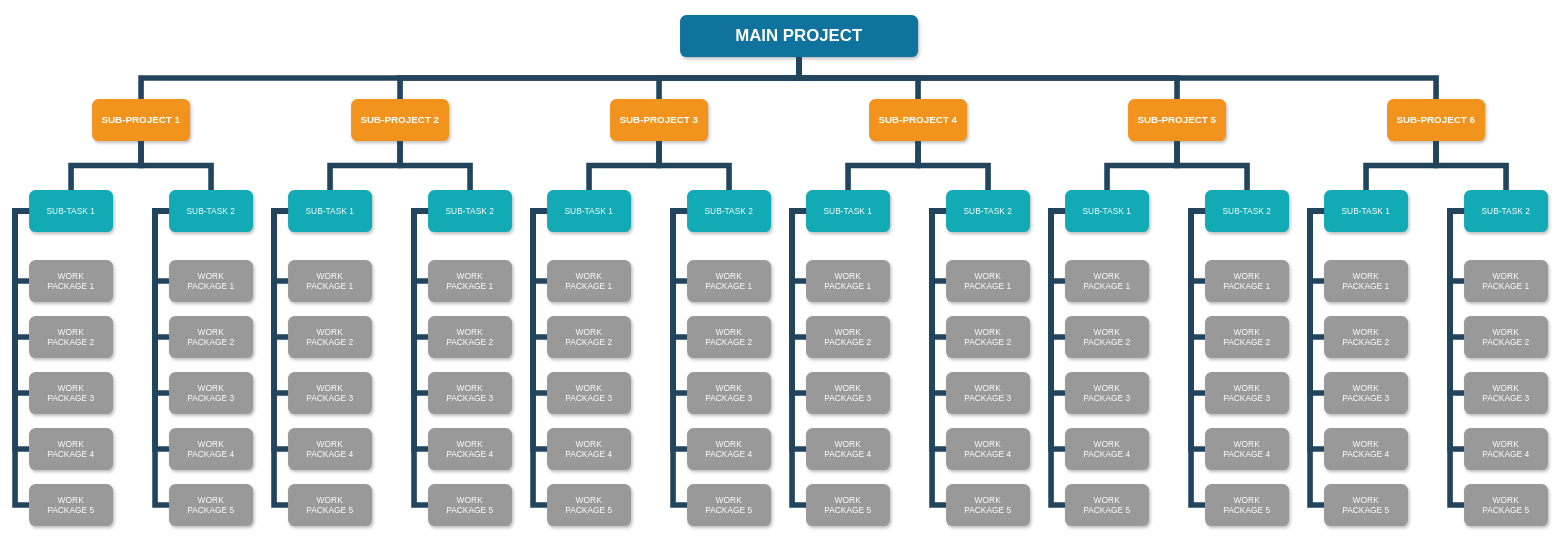
The draw.io diagram 分解图.drawio in Lxlorange/drawio, before the edit. Source tidied: cells renumbered, new cells numbered last; positions are measured from the earlier drawing's top-left corner, leaving out a move shared by most shapes. Both pictures are drawn from the tidied source at 70%, with x=0, y=0 at pixel (15, 15).
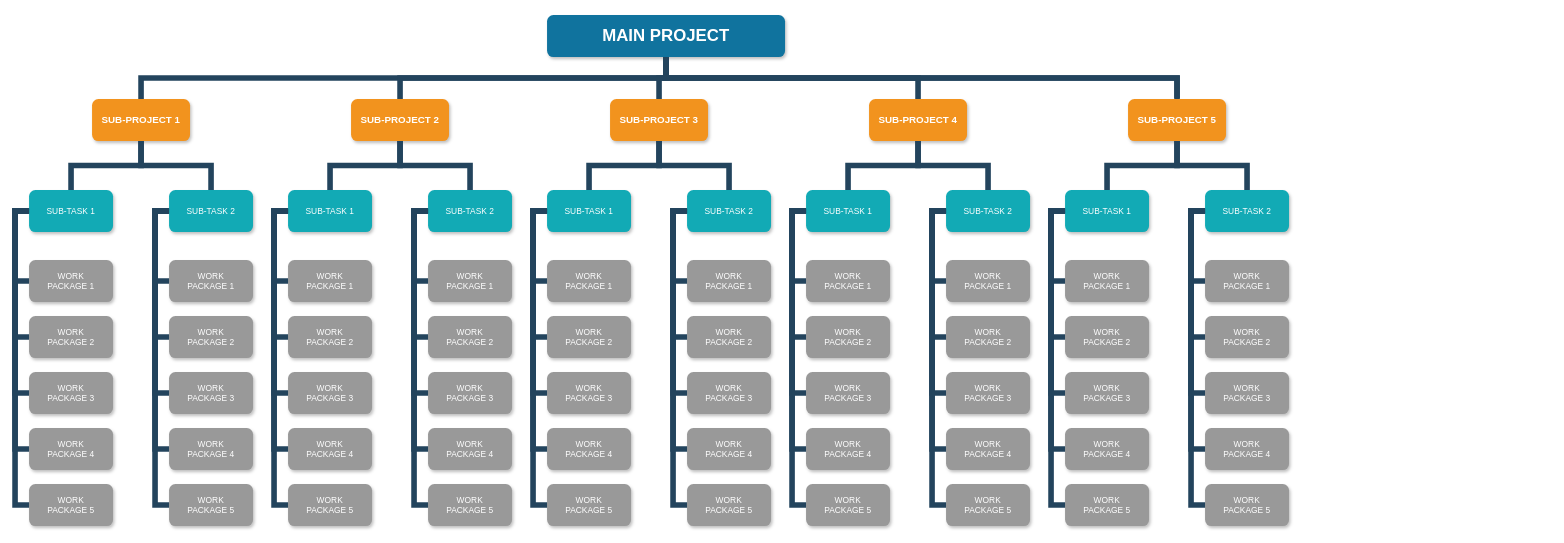
After the change.

Unchanged cells that the change refers to:
```xml
<mxCell id="3" value="SUB-PROJECT 1" style="whiteSpace=wrap;rounded=1;fillColor=#F2931E;strokeColor=none;shadow=1;fontColor=#FFFFFF;fontStyle=1;fontSize=14;" parent="1" vertex="1">
  <mxGeometry x="110" y="120" width="140" height="60" as="geometry" />
</mxCell>
<mxCell id="4" value="SUB-PROJECT 2" style="whiteSpace=wrap;rounded=1;fillColor=#F2931E;strokeColor=none;shadow=1;fontColor=#FFFFFF;fontStyle=1;fontSize=14;" parent="1" vertex="1">
  <mxGeometry x="480" y="120" width="140" height="60" as="geometry" />
</mxCell>
<mxCell id="6" value="SUB-PROJECT 3" style="whiteSpace=wrap;rounded=1;fillColor=#F2931E;strokeColor=none;shadow=1;fontColor=#FFFFFF;fontStyle=1;fontSize=14;" parent="1" vertex="1">
  <mxGeometry x="850" y="120" width="140" height="60" as="geometry" />
</mxCell>
<mxCell id="7" value="SUB-PROJECT 4" style="whiteSpace=wrap;rounded=1;fillColor=#F2931E;strokeColor=none;shadow=1;fontColor=#FFFFFF;fontStyle=1;fontSize=14;" parent="1" vertex="1">
  <mxGeometry x="1220" y="120" width="140" height="60" as="geometry" />
</mxCell>
<mxCell id="8" value="SUB-PROJECT 5" style="whiteSpace=wrap;rounded=1;fillColor=#F2931E;strokeColor=none;shadow=1;fontColor=#FFFFFF;fontStyle=1;fontSize=14;" parent="1" vertex="1">
  <mxGeometry x="1590" y="120" width="140" height="60" as="geometry" />
</mxCell>
```

The edit, as a diff of the source:
```diff
@@
     <mxCell id="2" value="MAIN PROJECT" style="whiteSpace=wrap;rounded=1;shadow=1;fillColor=#10739E;strokeColor=none;fontColor=#FFFFFF;fontStyle=1;fontSize=24;" parent="1" vertex="1">
-      <mxGeometry x="950" width="340" height="60" as="geometry" />
+      <mxGeometry x="760" width="340" height="60" as="geometry" />
     </mxCell>
@@
-    <mxCell id="5" value="SUB-PROJECT 6" style="whiteSpace=wrap;rounded=1;fillColor=#F2931E;strokeColor=none;shadow=1;fontColor=#FFFFFF;fontStyle=1;fontSize=14;" parent="1" vertex="1">
-      <mxGeometry x="1960" y="120" width="140" height="60" as="geometry" />
-    </mxCell>
@@
-    <mxCell id="123" value="SUB-TASK 1" style="whiteSpace=wrap;rounded=1;fillColor=#12AAB5;strokeColor=none;shadow=1;fontColor=#FFFFFF;" parent="1" vertex="1">
-      <mxGeometry x="1870" y="250" width="120" height="60" as="geometry" />
-    </mxCell>
-    <mxCell id="124" value="SUB-TASK 2" style="whiteSpace=wrap;rounded=1;fillColor=#12AAB5;strokeColor=none;shadow=1;fontColor=#FFFFFF;" parent="1" vertex="1">
-      <mxGeometry x="2070" y="250" width="120" height="60" as="geometry" />
-    </mxCell>
-    <mxCell id="125" value="WORK&#10;PACKAGE 1" style="whiteSpace=wrap;rounded=1;fillColor=#999999;strokeColor=none;shadow=1;fontColor=#FFFFFF;fontStyle=0;" parent="1" vertex="1">
-      <mxGeometry x="1870" y="350" width="120" height="60" as="geometry" />
-    </mxCell>
-    <mxCell id="126" value="WORK&#10;PACKAGE 2" style="whiteSpace=wrap;rounded=1;fillColor=#999999;strokeColor=none;shadow=1;fontColor=#FFFFFF;fontStyle=0;" parent="1" vertex="1">
-      <mxGeometry x="1870" y="430" width="120" height="60" as="geometry" />
-    </mxCell>
-    <mxCell id="127" value="WORK&#10;PACKAGE 3" style="whiteSpace=wrap;rounded=1;fillColor=#999999;strokeColor=none;shadow=1;fontColor=#FFFFFF;fontStyle=0;" parent="1" vertex="1">
-      <mxGeometry x="1870" y="510" width="120" height="60" as="geometry" />
-    </mxCell>
-    <mxCell id="128" value="WORK&#10;PACKAGE 4" style="whiteSpace=wrap;rounded=1;fillColor=#999999;strokeColor=none;shadow=1;fontColor=#FFFFFF;fontStyle=0;" parent="1" vertex="1">
-      <mxGeometry x="1870" y="590" width="120" height="60" as="geometry" />
-    </mxCell>
-    <mxCell id="129" value="WORK&#10;PACKAGE 5" style="whiteSpace=wrap;rounded=1;fillColor=#999999;strokeColor=none;shadow=1;fontColor=#FFFFFF;fontStyle=0;" parent="1" vertex="1">
-      <mxGeometry x="1870" y="670" width="120" height="60" as="geometry" />
-    </mxCell>
-    <mxCell id="130" value="WORK&#10;PACKAGE 1" style="whiteSpace=wrap;rounded=1;fillColor=#999999;strokeColor=none;shadow=1;fontColor=#FFFFFF;fontStyle=0;" parent="1" vertex="1">
-      <mxGeometry x="2070" y="350" width="120" height="60" as="geometry" />
-    </mxCell>
-    <mxCell id="131" value="WORK&#10;PACKAGE 2" style="whiteSpace=wrap;rounded=1;fillColor=#999999;strokeColor=none;shadow=1;fontColor=#FFFFFF;fontStyle=0;" parent="1" vertex="1">
-      <mxGeometry x="2070" y="430" width="120" height="60" as="geometry" />
-    </mxCell>
-    <mxCell id="132" value="WORK&#10;PACKAGE 3" style="whiteSpace=wrap;rounded=1;fillColor=#999999;strokeColor=none;shadow=1;fontColor=#FFFFFF;fontStyle=0;" parent="1" vertex="1">
-      <mxGeometry x="2070" y="510" width="120" height="60" as="geometry" />
-    </mxCell>
-    <mxCell id="133" value="WORK&#10;PACKAGE 4" style="whiteSpace=wrap;rounded=1;fillColor=#999999;strokeColor=none;shadow=1;fontColor=#FFFFFF;fontStyle=0;" parent="1" vertex="1">
-      <mxGeometry x="2070" y="590" width="120" height="60" as="geometry" />
-    </mxCell>
-    <mxCell id="134" value="WORK&#10;PACKAGE 5" style="whiteSpace=wrap;rounded=1;fillColor=#999999;strokeColor=none;shadow=1;fontColor=#FFFFFF;fontStyle=0;" parent="1" vertex="1">
-      <mxGeometry x="2070" y="670" width="120" height="60" as="geometry" />
-    </mxCell>
-    <mxCell id="135" style="edgeStyle=elbowEdgeStyle;elbow=horizontal;rounded=0;fontColor=#000000;endArrow=none;endFill=0;strokeWidth=8;strokeColor=#23445D;" parent="1" edge="1" source="123" target="125">
-      <mxGeometry relative="1" as="geometry">
-        <Array as="points">
-          <mxPoint x="1850" y="330" />
-        </Array>
-      </mxGeometry>
-    </mxCell>
-    <mxCell id="136" style="edgeStyle=elbowEdgeStyle;elbow=horizontal;rounded=0;fontColor=#000000;endArrow=none;endFill=0;strokeWidth=8;strokeColor=#23445D;" parent="1" edge="1" source="123" target="126">
-      <mxGeometry relative="1" as="geometry">
-        <Array as="points">
-          <mxPoint x="1850" y="370" />
-        </Array>
-      </mxGeometry>
-    </mxCell>
-    <mxCell id="137" style="edgeStyle=elbowEdgeStyle;elbow=horizontal;rounded=0;fontColor=#000000;endArrow=none;endFill=0;strokeWidth=8;strokeColor=#23445D;" parent="1" edge="1" source="123" target="129">
-      <mxGeometry relative="1" as="geometry">
-        <Array as="points">
-          <mxPoint x="1850" y="500" />
-        </Array>
-      </mxGeometry>
-    </mxCell>
-    <mxCell id="138" style="edgeStyle=elbowEdgeStyle;elbow=horizontal;rounded=0;fontColor=#000000;endArrow=none;endFill=0;strokeWidth=8;strokeColor=#23445D;" parent="1" edge="1" source="123" target="128">
-      <mxGeometry relative="1" as="geometry">
-        <Array as="points">
-          <mxPoint x="1850" y="450" />
-        </Array>
-      </mxGeometry>
-    </mxCell>
-    <mxCell id="139" style="edgeStyle=elbowEdgeStyle;elbow=horizontal;rounded=0;fontColor=#000000;endArrow=none;endFill=0;strokeWidth=8;strokeColor=#23445D;" parent="1" edge="1" source="123" target="127">
-      <mxGeometry relative="1" as="geometry">
-        <Array as="points">
-          <mxPoint x="1850" y="420" />
-        </Array>
-      </mxGeometry>
-    </mxCell>
-    <mxCell id="140" style="edgeStyle=elbowEdgeStyle;elbow=horizontal;rounded=0;fontColor=#000000;endArrow=none;endFill=0;strokeWidth=8;strokeColor=#23445D;" parent="1" edge="1" source="124" target="130">
-      <mxGeometry relative="1" as="geometry">
-        <Array as="points">
-          <mxPoint x="2050" y="330" />
-        </Array>
-      </mxGeometry>
-    </mxCell>
-    <mxCell id="141" style="edgeStyle=elbowEdgeStyle;elbow=horizontal;rounded=0;fontColor=#000000;endArrow=none;endFill=0;strokeWidth=8;strokeColor=#23445D;" parent="1" edge="1" source="124" target="131">
-      <mxGeometry relative="1" as="geometry">
-        <Array as="points">
-          <mxPoint x="2050" y="370" />
-        </Array>
-      </mxGeometry>
-    </mxCell>
-    <mxCell id="142" style="edgeStyle=elbowEdgeStyle;elbow=horizontal;rounded=0;fontColor=#000000;endArrow=none;endFill=0;strokeWidth=8;strokeColor=#23445D;" parent="1" edge="1" source="124" target="134">
-      <mxGeometry relative="1" as="geometry">
-        <Array as="points">
-          <mxPoint x="2050" y="490" />
-        </Array>
-      </mxGeometry>
-    </mxCell>
-    <mxCell id="143" style="edgeStyle=elbowEdgeStyle;elbow=horizontal;rounded=0;fontColor=#000000;endArrow=none;endFill=0;strokeWidth=8;strokeColor=#23445D;" parent="1" edge="1" source="124" target="133">
-      <mxGeometry relative="1" as="geometry">
-        <Array as="points">
-          <mxPoint x="2050" y="450" />
-        </Array>
-      </mxGeometry>
-    </mxCell>
-    <mxCell id="144" style="edgeStyle=elbowEdgeStyle;elbow=horizontal;rounded=0;fontColor=#000000;endArrow=none;endFill=0;strokeWidth=8;strokeColor=#23445D;" parent="1" edge="1" source="124" target="132">
-      <mxGeometry relative="1" as="geometry">
-        <Array as="points">
-          <mxPoint x="2050" y="420" />
-        </Array>
-      </mxGeometry>
-    </mxCell>
@@
-    <mxCell id="151" style="edgeStyle=elbowEdgeStyle;elbow=vertical;rounded=0;fontColor=#000000;endArrow=none;endFill=0;strokeWidth=8;strokeColor=#23445D;" parent="1" edge="1" source="5" target="123">
-      <mxGeometry relative="1" as="geometry" />
-    </mxCell>
-    <mxCell id="152" style="edgeStyle=elbowEdgeStyle;elbow=vertical;rounded=0;fontColor=#000000;endArrow=none;endFill=0;strokeWidth=8;strokeColor=#23445D;" parent="1" edge="1" source="5" target="124">
-      <mxGeometry relative="1" as="geometry" />
-    </mxCell>
-    <mxCell id="153" style="edgeStyle=elbowEdgeStyle;elbow=vertical;rounded=0;fontColor=#000000;endArrow=none;endFill=0;strokeWidth=8;strokeColor=#23445D;" parent="1" edge="1" source="2" target="3">
-      <mxGeometry relative="1" as="geometry" />
+    <mxCell id="153" style="edgeStyle=elbowEdgeStyle;elbow=vertical;rounded=0;fontColor=#000000;endArrow=none;endFill=0;strokeWidth=8;strokeColor=#23445D;" parent="1" edge="1" target="3">
+      <mxGeometry relative="1" as="geometry">
+        <mxPoint x="930" y="60" as="sourcePoint" />
+      </mxGeometry>
     </mxCell>
-    <mxCell id="154" style="edgeStyle=elbowEdgeStyle;elbow=vertical;rounded=0;fontColor=#000000;endArrow=none;endFill=0;strokeWidth=8;strokeColor=#23445D;" parent="1" edge="1" source="2" target="4">
-      <mxGeometry relative="1" as="geometry" />
+    <mxCell id="154" style="edgeStyle=elbowEdgeStyle;elbow=vertical;rounded=0;fontColor=#000000;endArrow=none;endFill=0;strokeWidth=8;strokeColor=#23445D;" parent="1" edge="1" target="4">
+      <mxGeometry relative="1" as="geometry">
+        <mxPoint x="930" y="60" as="sourcePoint" />
+      </mxGeometry>
     </mxCell>
-    <mxCell id="155" style="edgeStyle=elbowEdgeStyle;elbow=vertical;rounded=0;fontColor=#000000;endArrow=none;endFill=0;strokeWidth=8;strokeColor=#23445D;" parent="1" edge="1" source="2" target="6">
-      <mxGeometry relative="1" as="geometry" />
+    <mxCell id="155" style="edgeStyle=elbowEdgeStyle;elbow=vertical;rounded=0;fontColor=#000000;endArrow=none;endFill=0;strokeWidth=8;strokeColor=#23445D;" parent="1" edge="1" target="6">
+      <mxGeometry relative="1" as="geometry">
+        <mxPoint x="930" y="60" as="sourcePoint" />
+      </mxGeometry>
     </mxCell>
-    <mxCell id="156" style="edgeStyle=elbowEdgeStyle;elbow=vertical;rounded=0;fontColor=#000000;endArrow=none;endFill=0;strokeWidth=8;strokeColor=#23445D;" parent="1" edge="1" source="2" target="7">
-      <mxGeometry relative="1" as="geometry" />
+    <mxCell id="156" style="edgeStyle=elbowEdgeStyle;elbow=vertical;rounded=0;fontColor=#000000;endArrow=none;endFill=0;strokeWidth=8;strokeColor=#23445D;" parent="1" edge="1" target="7">
+      <mxGeometry relative="1" as="geometry">
+        <mxPoint x="930" y="60" as="sourcePoint" />
+      </mxGeometry>
     </mxCell>
-    <mxCell id="157" style="edgeStyle=elbowEdgeStyle;elbow=vertical;rounded=0;fontColor=#000000;endArrow=none;endFill=0;strokeWidth=8;strokeColor=#23445D;" parent="1" edge="1" source="2" target="8">
-      <mxGeometry relative="1" as="geometry" />
+    <mxCell id="157" style="edgeStyle=elbowEdgeStyle;elbow=vertical;rounded=0;fontColor=#000000;endArrow=none;endFill=0;strokeWidth=8;strokeColor=#23445D;" parent="1" edge="1" target="8">
+      <mxGeometry relative="1" as="geometry">
+        <mxPoint x="930" y="60" as="sourcePoint" />
+      </mxGeometry>
     </mxCell>
-    <mxCell id="158" style="edgeStyle=elbowEdgeStyle;elbow=vertical;rounded=0;fontColor=#000000;endArrow=none;endFill=0;strokeWidth=8;strokeColor=#23445D;" parent="1" edge="1" source="2" target="5">
-      <mxGeometry relative="1" as="geometry" />
+    <mxCell id="158" style="edgeStyle=elbowEdgeStyle;elbow=vertical;rounded=0;fontColor=#000000;endArrow=none;endFill=0;strokeWidth=8;strokeColor=#23445D;exitX=0.372;exitY=1.01;exitDx=0;exitDy=0;exitPerimeter=0;" parent="1" edge="1">
+      <mxGeometry relative="1" as="geometry">
+        <mxPoint x="930" y="60" as="sourcePoint" />
+        <mxPoint x="1660" y="119" as="targetPoint" />
+      </mxGeometry>
     </mxCell>
```
